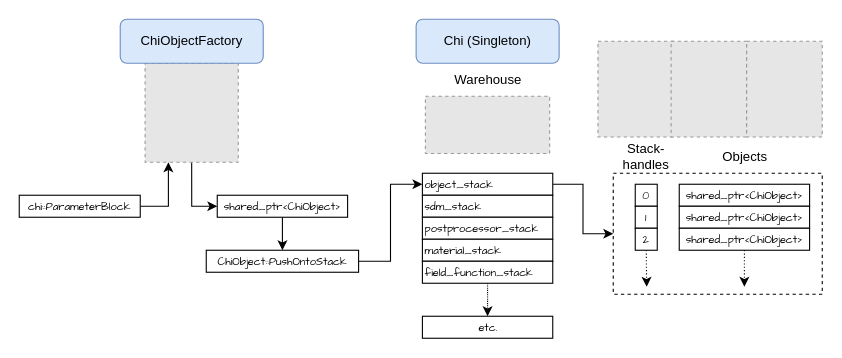
This is doc/HTMLimages/DeveloperManual/StaticRegistration/StaticRegistration.drawio from Open-Sn/opensn, a draw.io file, before an edit. Source tidied: cells renumbered, new cells numbered last; positions are measured from the earlier drawing's top-left corner, leaving out a move shared by most shapes. Both pictures are drawn from the tidied source at 110%, with x=0, y=0 at pixel (19, 19). Pictures stored in the file or linked from it are replaced by grey dashed boxes.
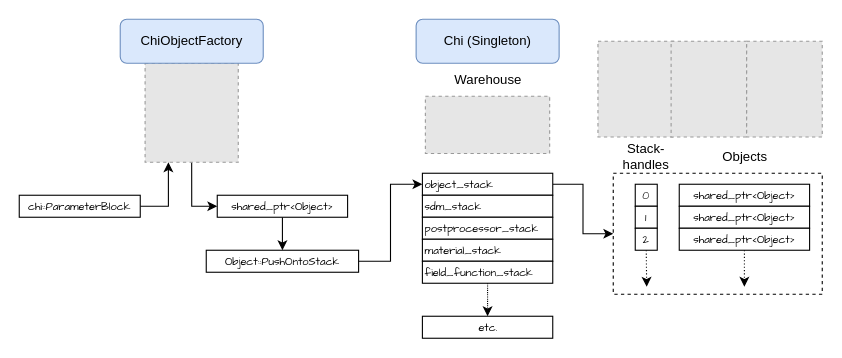
Above is the later version.

What changed in the source:
```diff
@@
-    <mxCell id="9" value="shared_ptr&amp;lt;ChiObject&amp;gt;" style="rounded=0;whiteSpace=wrap;html=1;fontFamily=Comic Sans MS;fontSize=10;glass=0;" parent="1" vertex="1">
+    <mxCell id="9" value="shared_ptr&amp;lt;Object&amp;gt;" style="rounded=0;whiteSpace=wrap;html=1;fontFamily=Comic Sans MS;fontSize=10;glass=0;" parent="1" vertex="1">
       <mxGeometry x="180" y="160" width="118.5" height="20" as="geometry" />
     </mxCell>
@@
-    <mxCell id="21" value="ChiObject::PushOntoStack" style="rounded=0;whiteSpace=wrap;html=1;fontFamily=Comic Sans MS;fontSize=10;glass=0;" parent="1" vertex="1">
+    <mxCell id="21" value="Object::PushOntoStack" style="rounded=0;whiteSpace=wrap;html=1;fontFamily=Comic Sans MS;fontSize=10;glass=0;" parent="1" vertex="1">
       <mxGeometry x="170" y="210" width="138.5" height="20" as="geometry" />
     </mxCell>
@@
-    <mxCell id="29" value="shared_ptr&amp;lt;ChiObject&amp;gt;" style="rounded=0;whiteSpace=wrap;html=1;fontFamily=Comic Sans MS;fontSize=10;glass=0;" parent="1" vertex="1">
+    <mxCell id="29" value="shared_ptr&amp;lt;Object&amp;gt;" style="rounded=0;whiteSpace=wrap;html=1;fontFamily=Comic Sans MS;fontSize=10;glass=0;" parent="1" vertex="1">
       <mxGeometry x="600" y="150" width="118.5" height="20" as="geometry" />
     </mxCell>
-    <mxCell id="30" value="shared_ptr&amp;lt;ChiObject&amp;gt;" style="rounded=0;whiteSpace=wrap;html=1;fontFamily=Comic Sans MS;fontSize=10;glass=0;" parent="1" vertex="1">
+    <mxCell id="30" value="shared_ptr&amp;lt;Object&amp;gt;" style="rounded=0;whiteSpace=wrap;html=1;fontFamily=Comic Sans MS;fontSize=10;glass=0;" parent="1" vertex="1">
       <mxGeometry x="600" y="170" width="118.5" height="20" as="geometry" />
     </mxCell>
@@
-    <mxCell id="32" value="shared_ptr&amp;lt;ChiObject&amp;gt;" style="rounded=0;whiteSpace=wrap;html=1;fontFamily=Comic Sans MS;fontSize=10;glass=0;" parent="1" vertex="1">
+    <mxCell id="32" value="shared_ptr&amp;lt;Object&amp;gt;" style="rounded=0;whiteSpace=wrap;html=1;fontFamily=Comic Sans MS;fontSize=10;glass=0;" parent="1" vertex="1">
       <mxGeometry x="600" y="190" width="118.5" height="20" as="geometry" />
     </mxCell>
```
